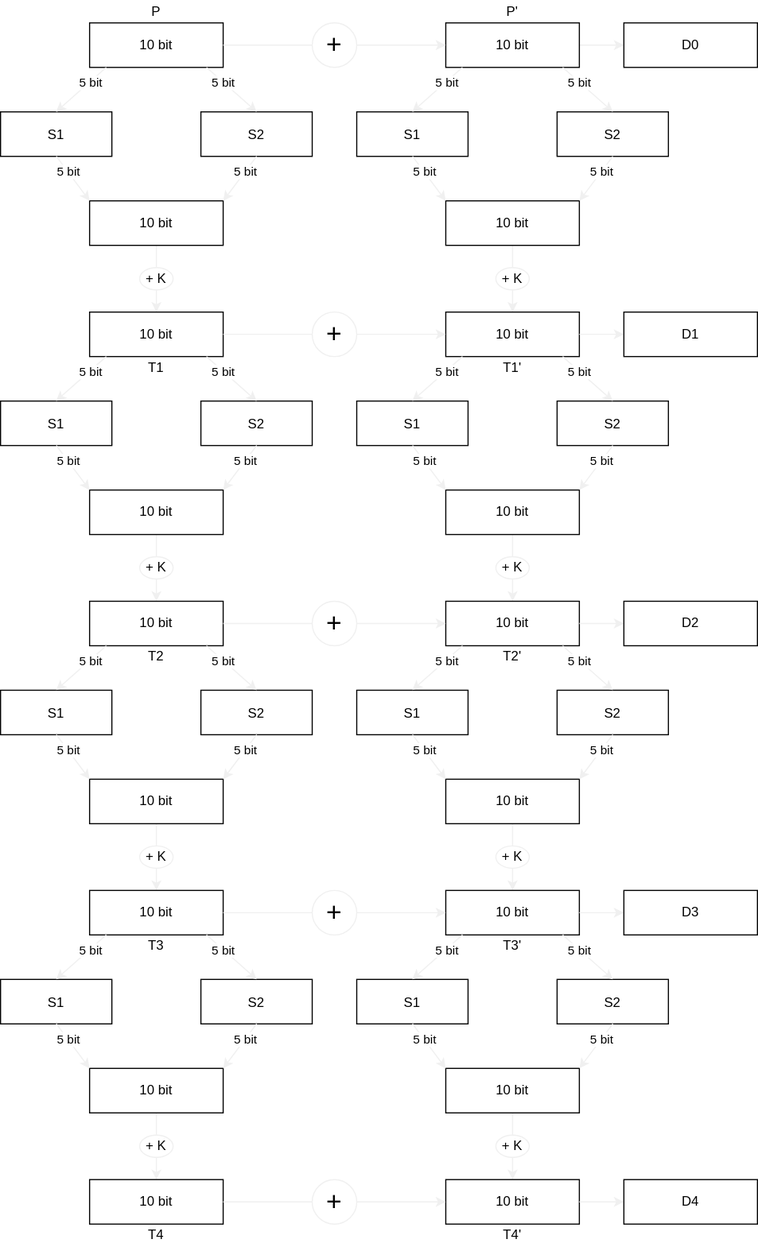
Above: images/krypto.svg in Cookie0700/krypto (draw.io), before the change. Source tidied: cells renumbered, new cells last; positions are measured from the earlier drawing's top-left corner, leaving out a move shared by most shapes.
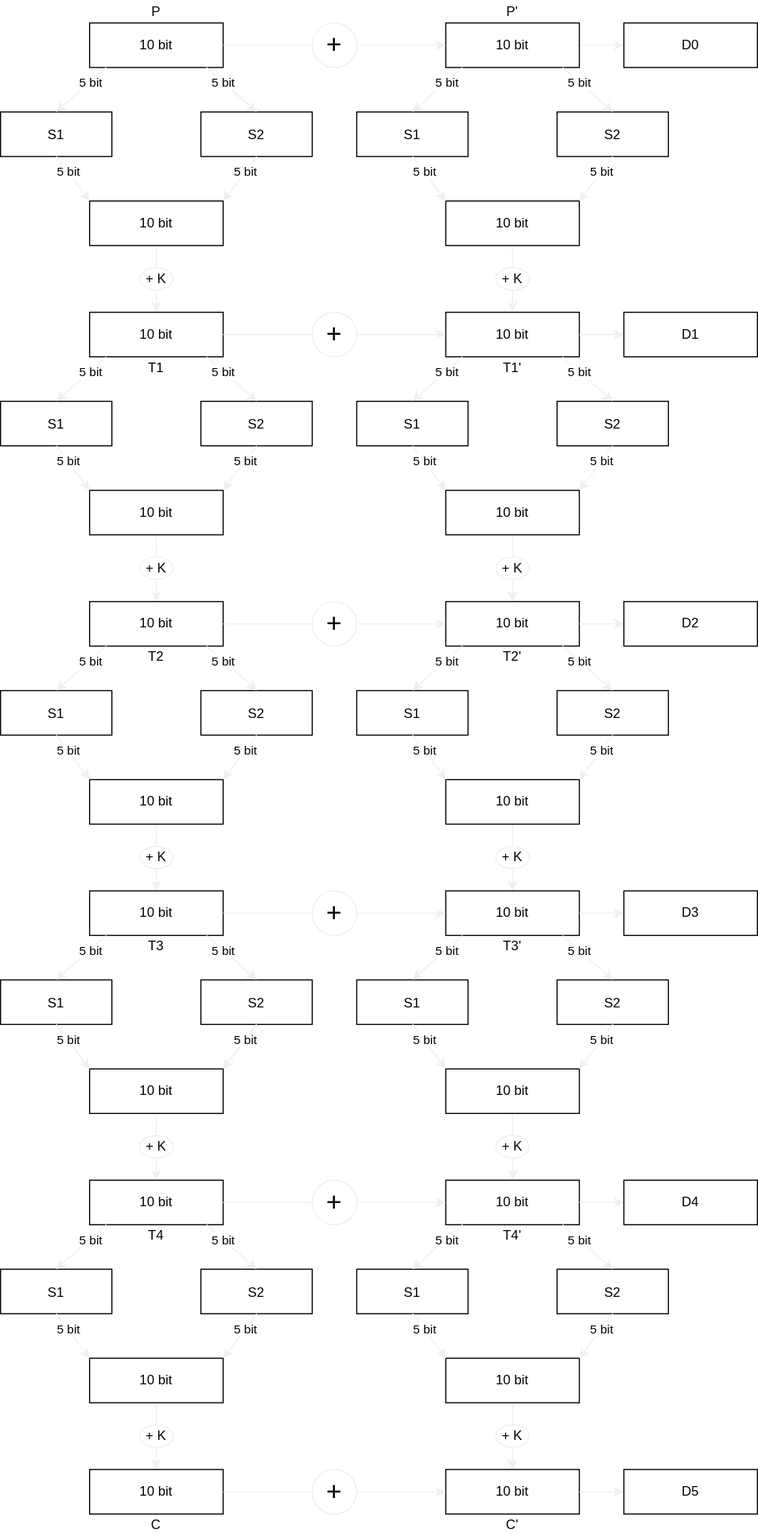
The same file after the commit.

Change to the diagram source:
```diff
@@ -486,5 +486,120 @@
     <mxCell id="145" value="T4'" style="text;html=1;strokeColor=none;fillColor=none;align=center;verticalAlign=middle;whiteSpace=wrap;rounded=0;" parent="1" vertex="1">
       <mxGeometry x="440" y="1100" width="40" height="20" as="geometry" />
     </mxCell>
+    <mxCell id="146" value="S1" style="shape=umlLifeline;perimeter=lifelinePerimeter;rounded=0;shadow=0;strokeWidth=1;" parent="1" vertex="1">
+      <mxGeometry y="1140" width="100" height="40" as="geometry" />
+    </mxCell>
+    <mxCell id="147" value="S2" style="shape=umlLifeline;perimeter=lifelinePerimeter;rounded=0;shadow=0;strokeWidth=1;" parent="1" vertex="1">
+      <mxGeometry x="180" y="1140" width="100" height="40" as="geometry" />
+    </mxCell>
+    <mxCell id="148" style="edgeStyle=orthogonalEdgeStyle;rounded=1;jettySize=auto;html=1;strokeColor=#f0f0f0;" parent="1" edge="1" source="149" target="154">
+      <mxGeometry relative="1" as="geometry" />
+    </mxCell>
+    <mxCell id="149" value="10 bit" style="rounded=0;whiteSpace=wrap;html=1;" parent="1" vertex="1">
+      <mxGeometry x="80" y="1220" width="120" height="40" as="geometry" />
+    </mxCell>
+    <mxCell id="150" style="endArrow=classic;html=1;strokeColor=#f0f0f0;exitX=0.25;exitY=1;exitDx=0;exitDy=0;entryX=0.499;entryY=-0.002;entryDx=0;entryDy=0;entryPerimeter=0;" parent="1" edge="1" target="146">
+      <mxGeometry relative="1" as="geometry">
+        <mxPoint x="95" y="1100" as="sourcePoint" />
+      </mxGeometry>
+    </mxCell>
+    <mxCell id="151" value="5 bit" style="edgeLabel;html=1;align=center;verticalAlign=middle;" parent="150" vertex="1">
+      <mxGeometry x="-0.33" relative="1" as="geometry" />
+    </mxCell>
+    <mxCell id="152" style="endArrow=classic;html=1;strokeColor=#f0f0f0;exitX=0.75;exitY=1;exitDx=0;exitDy=0;entryX=0.501;entryY=-0.001;entryDx=0;entryDy=0;entryPerimeter=0;" parent="1" edge="1" target="147">
+      <mxGeometry relative="1" as="geometry">
+        <mxPoint x="185" y="1100" as="sourcePoint" />
+      </mxGeometry>
+    </mxCell>
+    <mxCell id="153" value="5 bit" style="edgeLabel;html=1;align=center;verticalAlign=middle;" parent="152" vertex="1">
+      <mxGeometry x="-0.33" relative="1" as="geometry" />
+    </mxCell>
+    <mxCell id="154" value="10 bit" style="rounded=0;whiteSpace=wrap;html=1;" parent="1" vertex="1">
+      <mxGeometry x="80" y="1320" width="120" height="40" as="geometry" />
+    </mxCell>
+    <mxCell id="155" style="endArrow=classic;html=1;strokeColor=#f0f0f0;exitX=0.501;exitY=0.998;exitDx=0;exitDy=0;entryX=1;entryY=0;entryDx=0;entryDy=0;exitPerimeter=0;" parent="1" edge="1" source="147" target="149">
+      <mxGeometry relative="1" as="geometry" />
+    </mxCell>
+    <mxCell id="156" value="5 bit" style="edgeLabel;html=1;align=center;verticalAlign=middle;" parent="155" vertex="1">
+      <mxGeometry x="-0.33" relative="1" as="geometry" />
+    </mxCell>
+    <mxCell id="157" style="endArrow=classic;html=1;strokeColor=#f0f0f0;exitX=0.501;exitY=0.998;exitDx=0;exitDy=0;entryX=0;entryY=0;entryDx=0;entryDy=0;exitPerimeter=0;" parent="1" edge="1" source="146" target="149">
+      <mxGeometry relative="1" as="geometry" />
+    </mxCell>
+    <mxCell id="158" value="5 bit" style="edgeLabel;html=1;align=center;verticalAlign=middle;" parent="157" vertex="1">
+      <mxGeometry x="-0.33" relative="1" as="geometry" />
+    </mxCell>
+    <mxCell id="159" value="+ K" style="ellipse;whiteSpace=wrap;html=1;rounded=0;strokeColor=#f0f0f0;" parent="1" vertex="1">
+      <mxGeometry x="125" y="1280" width="30" height="20" as="geometry" />
+    </mxCell>
+    <mxCell id="160" value="S1" style="shape=umlLifeline;perimeter=lifelinePerimeter;rounded=0;shadow=0;strokeWidth=1;" parent="1" vertex="1">
+      <mxGeometry x="320" y="1140" width="100" height="40" as="geometry" />
+    </mxCell>
+    <mxCell id="161" value="S2" style="shape=umlLifeline;perimeter=lifelinePerimeter;rounded=0;shadow=0;strokeWidth=1;" parent="1" vertex="1">
+      <mxGeometry x="500" y="1140" width="100" height="40" as="geometry" />
+    </mxCell>
+    <mxCell id="162" style="edgeStyle=orthogonalEdgeStyle;rounded=1;jettySize=auto;html=1;strokeColor=#f0f0f0;" parent="1" edge="1" source="163" target="168">
+      <mxGeometry relative="1" as="geometry" />
+    </mxCell>
+    <mxCell id="163" value="10 bit" style="rounded=0;whiteSpace=wrap;html=1;" parent="1" vertex="1">
+      <mxGeometry x="400" y="1220" width="120" height="40" as="geometry" />
+    </mxCell>
+    <mxCell id="164" style="endArrow=classic;html=1;strokeColor=#f0f0f0;exitX=0.25;exitY=1;exitDx=0;exitDy=0;entryX=0.499;entryY=-0.002;entryDx=0;entryDy=0;entryPerimeter=0;" parent="1" edge="1" target="160">
+      <mxGeometry relative="1" as="geometry">
+        <mxPoint x="415" y="1100" as="sourcePoint" />
+      </mxGeometry>
+    </mxCell>
+    <mxCell id="165" value="5 bit" style="edgeLabel;html=1;align=center;verticalAlign=middle;" parent="164" vertex="1">
+      <mxGeometry x="-0.33" relative="1" as="geometry" />
+    </mxCell>
+    <mxCell id="166" style="endArrow=classic;html=1;strokeColor=#f0f0f0;exitX=0.75;exitY=1;exitDx=0;exitDy=0;entryX=0.501;entryY=-0.001;entryDx=0;entryDy=0;entryPerimeter=0;" parent="1" edge="1" target="161">
+      <mxGeometry relative="1" as="geometry">
+        <mxPoint x="505" y="1100" as="sourcePoint" />
+      </mxGeometry>
+    </mxCell>
+    <mxCell id="167" value="5 bit" style="edgeLabel;html=1;align=center;verticalAlign=middle;" parent="166" vertex="1">
+      <mxGeometry x="-0.33" relative="1" as="geometry" />
+    </mxCell>
+    <mxCell id="168" value="10 bit" style="rounded=0;whiteSpace=wrap;html=1;" parent="1" vertex="1">
+      <mxGeometry x="400" y="1320" width="120" height="40" as="geometry" />
+    </mxCell>
+    <mxCell id="169" style="endArrow=classic;html=1;strokeColor=#f0f0f0;exitX=0.501;exitY=0.998;exitDx=0;exitDy=0;entryX=1;entryY=0;entryDx=0;entryDy=0;exitPerimeter=0;" parent="1" edge="1" source="161" target="163">
+      <mxGeometry relative="1" as="geometry" />
+    </mxCell>
+    <mxCell id="170" value="5 bit" style="edgeLabel;html=1;align=center;verticalAlign=middle;" parent="169" vertex="1">
+      <mxGeometry x="-0.33" relative="1" as="geometry" />
+    </mxCell>
+    <mxCell id="171" style="endArrow=classic;html=1;strokeColor=#f0f0f0;exitX=0.501;exitY=0.998;exitDx=0;exitDy=0;entryX=0;entryY=0;entryDx=0;entryDy=0;exitPerimeter=0;" parent="1" edge="1" source="160" target="163">
+      <mxGeometry relative="1" as="geometry" />
+    </mxCell>
+    <mxCell id="172" value="5 bit" style="edgeLabel;html=1;align=center;verticalAlign=middle;" parent="171" vertex="1">
+      <mxGeometry x="-0.33" relative="1" as="geometry" />
+    </mxCell>
+    <mxCell id="173" value="+ K" style="ellipse;whiteSpace=wrap;html=1;rounded=0;strokeColor=#f0f0f0;" parent="1" vertex="1">
+      <mxGeometry x="445" y="1280" width="30" height="20" as="geometry" />
+    </mxCell>
+    <mxCell id="174" style="edgeStyle=orthogonalEdgeStyle;rounded=1;jettySize=auto;html=1;strokeColor=#f0f0f0;" parent="1" edge="1" target="175">
+      <mxGeometry relative="1" as="geometry">
+        <mxPoint x="520" y="1340" as="sourcePoint" />
+      </mxGeometry>
+    </mxCell>
+    <mxCell id="175" value="D5" style="rounded=0;whiteSpace=wrap;html=1;" parent="1" vertex="1">
+      <mxGeometry x="560" y="1320" width="120" height="40" as="geometry" />
+    </mxCell>
+    <mxCell id="176" style="edgeStyle=orthogonalEdgeStyle;rounded=1;orthogonalLoop=1;jettySize=auto;html=1;strokeColor=#f0f0f0;exitX=1;exitY=0.5;exitDx=0;exitDy=0;entryX=0;entryY=0.5;entryDx=0;entryDy=0;" parent="1" edge="1">
+      <mxGeometry relative="1" as="geometry">
+        <mxPoint x="200" y="1340" as="sourcePoint" />
+        <mxPoint x="400" y="1340" as="targetPoint" />
+      </mxGeometry>
+    </mxCell>
+    <mxCell id="177" value="&lt;font style=&quot;font-size: 24px&quot;&gt;+&lt;/font&gt;" style="ellipse;whiteSpace=wrap;html=1;rounded=0;strokeColor=#f0f0f0;" parent="1" vertex="1">
+      <mxGeometry x="280" y="1320" width="40" height="40" as="geometry" />
+    </mxCell>
+    <mxCell id="178" value="C" style="text;html=1;strokeColor=none;fillColor=none;align=center;verticalAlign=middle;whiteSpace=wrap;rounded=0;" parent="1" vertex="1">
+      <mxGeometry x="120" y="1360" width="40" height="20" as="geometry" />
+    </mxCell>
+    <mxCell id="179" value="C'" style="text;html=1;strokeColor=none;fillColor=none;align=center;verticalAlign=middle;whiteSpace=wrap;rounded=0;" parent="1" vertex="1">
+      <mxGeometry x="440" y="1360" width="40" height="20" as="geometry" />
+    </mxCell>
   </root>
 </mxGraphModel>
```
